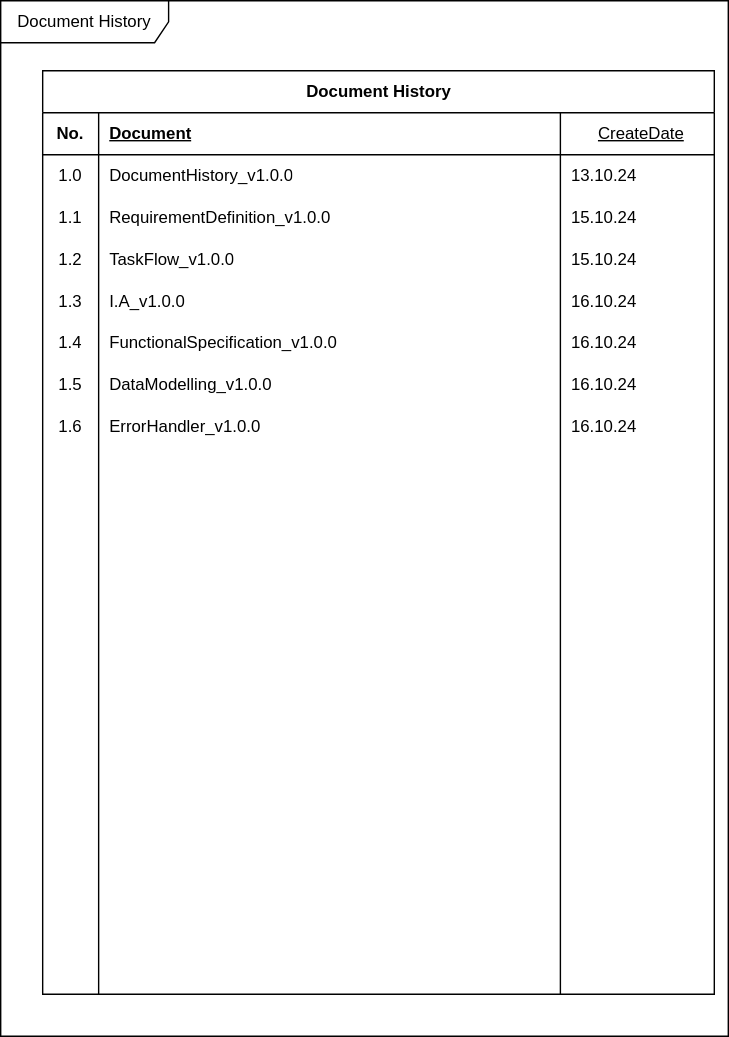
Before: Document/WeadinatorDocumentation.svg, a diagram exported from draw.io (cjungwo/Weadinator). Source tidied: cells renumbered, new cells last; positions are measured from the earlier drawing's top-left corner, leaving out a move shared by most shapes.
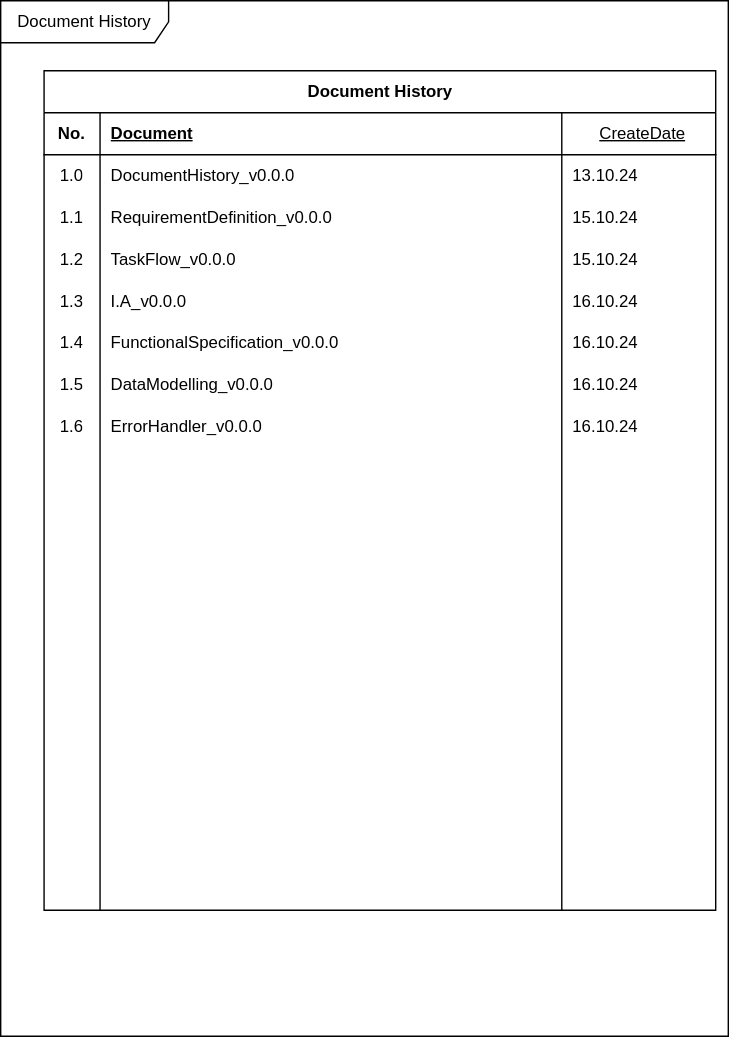
Later version of the same file.

Diff of the diagram source:
```diff
@@ -6,7 +6,7 @@
       <mxGeometry width="520" height="740" as="geometry" />
     </mxCell>
     <mxCell id="3" value="Document History" style="shape=table;startSize=30;rowLines=0;fontStyle=1;align=center;html=1;" parent="2" vertex="1">
-      <mxGeometry x="30" y="50" width="480" height="660" as="geometry" />
+      <mxGeometry x="31" y="50" width="480" height="600" as="geometry" />
     </mxCell>
     <mxCell id="4" style="shape=tableRow;horizontal=0;startSize=0;swimlaneHead=0;swimlaneBody=0;fillColor=none;top=0;left=0;right=0;bottom=1;" parent="3" vertex="1">
       <mxGeometry y="30" width="480" height="30" as="geometry" />
@@ -26,7 +26,7 @@
     <mxCell id="9" value="1.0" style="shape=partialRectangle;fillColor=none;top=0;left=0;bottom=0;right=0;overflow=hidden;whiteSpace=wrap;html=1;" parent="8" vertex="1">
       <mxGeometry width="40" height="30" as="geometry" />
     </mxCell>
-    <mxCell id="10" value="DocumentHistory_v1.0.0" style="shape=partialRectangle;fillColor=none;top=0;left=0;bottom=0;right=0;align=left;spacingLeft=6;overflow=hidden;whiteSpace=wrap;html=1;" parent="8" vertex="1">
+    <mxCell id="10" value="DocumentHistory_v0.0.0" style="shape=partialRectangle;fillColor=none;top=0;left=0;bottom=0;right=0;align=left;spacingLeft=6;overflow=hidden;whiteSpace=wrap;html=1;" parent="8" vertex="1">
       <mxGeometry x="40" width="330" height="30" as="geometry" />
     </mxCell>
     <mxCell id="11" value="13.10.24" style="shape=partialRectangle;fillColor=none;top=0;left=0;bottom=0;right=0;align=left;spacingLeft=6;overflow=hidden;whiteSpace=wrap;html=1;" parent="8" vertex="1">
@@ -38,7 +38,7 @@
     <mxCell id="13" value="1.1" style="shape=partialRectangle;fillColor=none;top=0;left=0;bottom=0;right=0;overflow=hidden;whiteSpace=wrap;html=1;" parent="12" vertex="1">
       <mxGeometry width="40" height="30" as="geometry" />
     </mxCell>
-    <mxCell id="14" value="RequirementDefinition_v1.0.0" style="shape=partialRectangle;fillColor=none;top=0;left=0;bottom=0;right=0;align=left;spacingLeft=6;overflow=hidden;whiteSpace=wrap;html=1;" parent="12" vertex="1">
+    <mxCell id="14" value="RequirementDefinition_v0.0.0" style="shape=partialRectangle;fillColor=none;top=0;left=0;bottom=0;right=0;align=left;spacingLeft=6;overflow=hidden;whiteSpace=wrap;html=1;" parent="12" vertex="1">
       <mxGeometry x="40" width="330" height="30" as="geometry" />
     </mxCell>
     <mxCell id="15" value="15.10.24" style="shape=partialRectangle;fillColor=none;top=0;left=0;bottom=0;right=0;align=left;spacingLeft=6;overflow=hidden;whiteSpace=wrap;html=1;" parent="12" vertex="1">
@@ -50,7 +50,7 @@
     <mxCell id="17" value="1.2" style="shape=partialRectangle;fillColor=none;top=0;left=0;bottom=0;right=0;overflow=hidden;whiteSpace=wrap;html=1;" parent="16" vertex="1">
       <mxGeometry width="40" height="30" as="geometry" />
     </mxCell>
-    <mxCell id="18" value="TaskFlow_v1.0.0" style="shape=partialRectangle;fillColor=none;top=0;left=0;bottom=0;right=0;align=left;spacingLeft=6;overflow=hidden;whiteSpace=wrap;html=1;" parent="16" vertex="1">
+    <mxCell id="18" value="TaskFlow_v0.0.0" style="shape=partialRectangle;fillColor=none;top=0;left=0;bottom=0;right=0;align=left;spacingLeft=6;overflow=hidden;whiteSpace=wrap;html=1;" parent="16" vertex="1">
       <mxGeometry x="40" width="330" height="30" as="geometry" />
     </mxCell>
     <mxCell id="19" value="15.10.24" style="shape=partialRectangle;fillColor=none;top=0;left=0;bottom=0;right=0;align=left;spacingLeft=6;overflow=hidden;whiteSpace=wrap;html=1;" parent="16" vertex="1">
@@ -62,7 +62,7 @@
     <mxCell id="21" value="1.3" style="shape=partialRectangle;fillColor=none;top=0;left=0;bottom=0;right=0;overflow=hidden;whiteSpace=wrap;html=1;" parent="20" vertex="1">
       <mxGeometry width="40" height="30" as="geometry" />
     </mxCell>
-    <mxCell id="22" value="I.A_v1.0.0" style="shape=partialRectangle;fillColor=none;top=0;left=0;bottom=0;right=0;align=left;spacingLeft=6;overflow=hidden;whiteSpace=wrap;html=1;" parent="20" vertex="1">
+    <mxCell id="22" value="I.A_v0.0.0" style="shape=partialRectangle;fillColor=none;top=0;left=0;bottom=0;right=0;align=left;spacingLeft=6;overflow=hidden;whiteSpace=wrap;html=1;" parent="20" vertex="1">
       <mxGeometry x="40" width="330" height="30" as="geometry" />
     </mxCell>
     <mxCell id="23" value="16.10.24" style="shape=partialRectangle;fillColor=none;top=0;left=0;bottom=0;right=0;align=left;spacingLeft=6;overflow=hidden;whiteSpace=wrap;html=1;" parent="20" vertex="1">
@@ -74,7 +74,7 @@
     <mxCell id="25" value="1.&lt;span style=&quot;white-space: pre;&quot;&gt;4&lt;/span&gt;" style="shape=partialRectangle;fillColor=none;top=0;left=0;bottom=0;right=0;overflow=hidden;whiteSpace=wrap;html=1;" parent="24" vertex="1">
       <mxGeometry width="40" height="30" as="geometry" />
     </mxCell>
-    <mxCell id="26" value="FunctionalSpecification_v1.0.0" style="shape=partialRectangle;fillColor=none;top=0;left=0;bottom=0;right=0;align=left;spacingLeft=6;overflow=hidden;whiteSpace=wrap;html=1;" parent="24" vertex="1">
+    <mxCell id="26" value="FunctionalSpecification_v0.0.0" style="shape=partialRectangle;fillColor=none;top=0;left=0;bottom=0;right=0;align=left;spacingLeft=6;overflow=hidden;whiteSpace=wrap;html=1;" parent="24" vertex="1">
       <mxGeometry x="40" width="330" height="30" as="geometry" />
     </mxCell>
     <mxCell id="27" value="16.10.24" style="shape=partialRectangle;fillColor=none;top=0;left=0;bottom=0;right=0;align=left;spacingLeft=6;overflow=hidden;whiteSpace=wrap;html=1;" parent="24" vertex="1">
@@ -86,7 +86,7 @@
     <mxCell id="29" value="1.5" style="shape=partialRectangle;fillColor=none;top=0;left=0;bottom=0;right=0;overflow=hidden;whiteSpace=wrap;html=1;" parent="28" vertex="1">
       <mxGeometry width="40" height="30" as="geometry" />
     </mxCell>
-    <mxCell id="30" value="DataModelling_v1.0.0" style="shape=partialRectangle;fillColor=none;top=0;left=0;bottom=0;right=0;align=left;spacingLeft=6;overflow=hidden;whiteSpace=wrap;html=1;" parent="28" vertex="1">
+    <mxCell id="30" value="DataModelling_v0.0.0" style="shape=partialRectangle;fillColor=none;top=0;left=0;bottom=0;right=0;align=left;spacingLeft=6;overflow=hidden;whiteSpace=wrap;html=1;" parent="28" vertex="1">
       <mxGeometry x="40" width="330" height="30" as="geometry" />
     </mxCell>
     <mxCell id="31" value="16.10.24" style="shape=partialRectangle;fillColor=none;top=0;left=0;bottom=0;right=0;align=left;spacingLeft=6;overflow=hidden;whiteSpace=wrap;html=1;" parent="28" vertex="1">
@@ -98,7 +98,7 @@
     <mxCell id="33" value="1.6" style="shape=partialRectangle;fillColor=none;top=0;left=0;bottom=0;right=0;overflow=hidden;whiteSpace=wrap;html=1;" parent="32" vertex="1">
       <mxGeometry width="40" height="30" as="geometry" />
     </mxCell>
-    <mxCell id="34" value="ErrorHandler_v1.0.0" style="shape=partialRectangle;fillColor=none;top=0;left=0;bottom=0;right=0;align=left;spacingLeft=6;overflow=hidden;whiteSpace=wrap;html=1;" parent="32" vertex="1">
+    <mxCell id="34" value="ErrorHandler_v0.0.0" style="shape=partialRectangle;fillColor=none;top=0;left=0;bottom=0;right=0;align=left;spacingLeft=6;overflow=hidden;whiteSpace=wrap;html=1;" parent="32" vertex="1">
       <mxGeometry x="40" width="330" height="30" as="geometry" />
     </mxCell>
     <mxCell id="35" value="16.10.24" style="shape=partialRectangle;fillColor=none;top=0;left=0;bottom=0;right=0;align=left;spacingLeft=6;overflow=hidden;whiteSpace=wrap;html=1;" parent="32" vertex="1">
@@ -164,32 +164,8 @@
     <mxCell id="55" style="shape=partialRectangle;fillColor=none;top=0;left=0;bottom=0;right=0;align=left;spacingLeft=6;overflow=hidden;whiteSpace=wrap;html=1;" parent="52" vertex="1">
       <mxGeometry x="370" width="110" height="30" as="geometry" />
     </mxCell>
-    <mxCell id="56" style="shape=tableRow;horizontal=0;startSize=0;swimlaneHead=0;swimlaneBody=0;fillColor=none;top=0;left=0;right=0;bottom=0;" parent="3" vertex="1">
-      <mxGeometry y="420" width="480" height="30" as="geometry" />
-    </mxCell>
-    <mxCell id="57" style="shape=partialRectangle;fillColor=none;top=0;left=0;bottom=0;right=0;overflow=hidden;whiteSpace=wrap;html=1;" parent="56" vertex="1">
-      <mxGeometry width="40" height="30" as="geometry" />
-    </mxCell>
-    <mxCell id="58" style="shape=partialRectangle;fillColor=none;top=0;left=0;bottom=0;right=0;align=left;spacingLeft=6;overflow=hidden;whiteSpace=wrap;html=1;" parent="56" vertex="1">
-      <mxGeometry x="40" width="330" height="30" as="geometry" />
-    </mxCell>
-    <mxCell id="59" style="shape=partialRectangle;fillColor=none;top=0;left=0;bottom=0;right=0;align=left;spacingLeft=6;overflow=hidden;whiteSpace=wrap;html=1;" parent="56" vertex="1">
-      <mxGeometry x="370" width="110" height="30" as="geometry" />
-    </mxCell>
-    <mxCell id="60" style="shape=tableRow;horizontal=0;startSize=0;swimlaneHead=0;swimlaneBody=0;fillColor=none;top=0;left=0;right=0;bottom=0;" parent="3" vertex="1">
-      <mxGeometry y="450" width="480" height="30" as="geometry" />
-    </mxCell>
-    <mxCell id="61" style="shape=partialRectangle;fillColor=none;top=0;left=0;bottom=0;right=0;overflow=hidden;whiteSpace=wrap;html=1;" parent="60" vertex="1">
-      <mxGeometry width="40" height="30" as="geometry" />
-    </mxCell>
-    <mxCell id="62" style="shape=partialRectangle;fillColor=none;top=0;left=0;bottom=0;right=0;align=left;spacingLeft=6;overflow=hidden;whiteSpace=wrap;html=1;" parent="60" vertex="1">
-      <mxGeometry x="40" width="330" height="30" as="geometry" />
-    </mxCell>
-    <mxCell id="63" style="shape=partialRectangle;fillColor=none;top=0;left=0;bottom=0;right=0;align=left;spacingLeft=6;overflow=hidden;whiteSpace=wrap;html=1;" parent="60" vertex="1">
-      <mxGeometry x="370" width="110" height="30" as="geometry" />
-    </mxCell>
     <mxCell id="64" style="shape=tableRow;horizontal=0;startSize=0;swimlaneHead=0;swimlaneBody=0;fillColor=none;top=0;left=0;right=0;bottom=0;" parent="3" vertex="1">
-      <mxGeometry y="480" width="480" height="30" as="geometry" />
+      <mxGeometry y="420" width="480" height="30" as="geometry" />
     </mxCell>
     <mxCell id="65" style="shape=partialRectangle;fillColor=none;top=0;left=0;bottom=0;right=0;overflow=hidden;whiteSpace=wrap;html=1;" parent="64" vertex="1">
       <mxGeometry width="40" height="30" as="geometry" />
@@ -201,7 +177,7 @@
       <mxGeometry x="370" width="110" height="30" as="geometry" />
     </mxCell>
     <mxCell id="68" style="shape=tableRow;horizontal=0;startSize=0;swimlaneHead=0;swimlaneBody=0;fillColor=none;top=0;left=0;right=0;bottom=0;" parent="3" vertex="1">
-      <mxGeometry y="510" width="480" height="30" as="geometry" />
+      <mxGeometry y="450" width="480" height="30" as="geometry" />
     </mxCell>
     <mxCell id="69" style="shape=partialRectangle;fillColor=none;top=0;left=0;bottom=0;right=0;overflow=hidden;whiteSpace=wrap;html=1;" parent="68" vertex="1">
       <mxGeometry width="40" height="30" as="geometry" />
@@ -213,7 +189,7 @@
       <mxGeometry x="370" width="110" height="30" as="geometry" />
     </mxCell>
     <mxCell id="72" style="shape=tableRow;horizontal=0;startSize=0;swimlaneHead=0;swimlaneBody=0;fillColor=none;top=0;left=0;right=0;bottom=0;" parent="3" vertex="1">
-      <mxGeometry y="540" width="480" height="30" as="geometry" />
+      <mxGeometry y="480" width="480" height="30" as="geometry" />
     </mxCell>
     <mxCell id="73" style="shape=partialRectangle;fillColor=none;top=0;left=0;bottom=0;right=0;overflow=hidden;whiteSpace=wrap;html=1;" parent="72" vertex="1">
       <mxGeometry width="40" height="30" as="geometry" />
@@ -225,7 +201,7 @@
       <mxGeometry x="370" width="110" height="30" as="geometry" />
     </mxCell>
     <mxCell id="76" style="shape=tableRow;horizontal=0;startSize=0;swimlaneHead=0;swimlaneBody=0;fillColor=none;top=0;left=0;right=0;bottom=0;" parent="3" vertex="1">
-      <mxGeometry y="570" width="480" height="30" as="geometry" />
+      <mxGeometry y="510" width="480" height="30" as="geometry" />
     </mxCell>
     <mxCell id="77" style="shape=partialRectangle;fillColor=none;top=0;left=0;bottom=0;right=0;overflow=hidden;whiteSpace=wrap;html=1;" parent="76" vertex="1">
       <mxGeometry width="40" height="30" as="geometry" />
@@ -237,7 +213,7 @@
       <mxGeometry x="370" width="110" height="30" as="geometry" />
     </mxCell>
     <mxCell id="80" style="shape=tableRow;horizontal=0;startSize=0;swimlaneHead=0;swimlaneBody=0;fillColor=none;top=0;left=0;right=0;bottom=0;" parent="3" vertex="1">
-      <mxGeometry y="600" width="480" height="30" as="geometry" />
+      <mxGeometry y="540" width="480" height="30" as="geometry" />
     </mxCell>
     <mxCell id="81" style="shape=partialRectangle;fillColor=none;top=0;left=0;bottom=0;right=0;overflow=hidden;whiteSpace=wrap;html=1;" parent="80" vertex="1">
       <mxGeometry width="40" height="30" as="geometry" />
@@ -249,7 +225,7 @@
       <mxGeometry x="370" width="110" height="30" as="geometry" />
     </mxCell>
     <mxCell id="84" style="shape=tableRow;horizontal=0;startSize=0;swimlaneHead=0;swimlaneBody=0;fillColor=none;top=0;left=0;right=0;bottom=0;" parent="3" vertex="1">
-      <mxGeometry y="630" width="480" height="30" as="geometry" />
+      <mxGeometry y="570" width="480" height="30" as="geometry" />
     </mxCell>
     <mxCell id="85" style="shape=partialRectangle;fillColor=none;top=0;left=0;bottom=0;right=0;overflow=hidden;whiteSpace=wrap;html=1;" parent="84" vertex="1">
       <mxGeometry width="40" height="30" as="geometry" />
```
